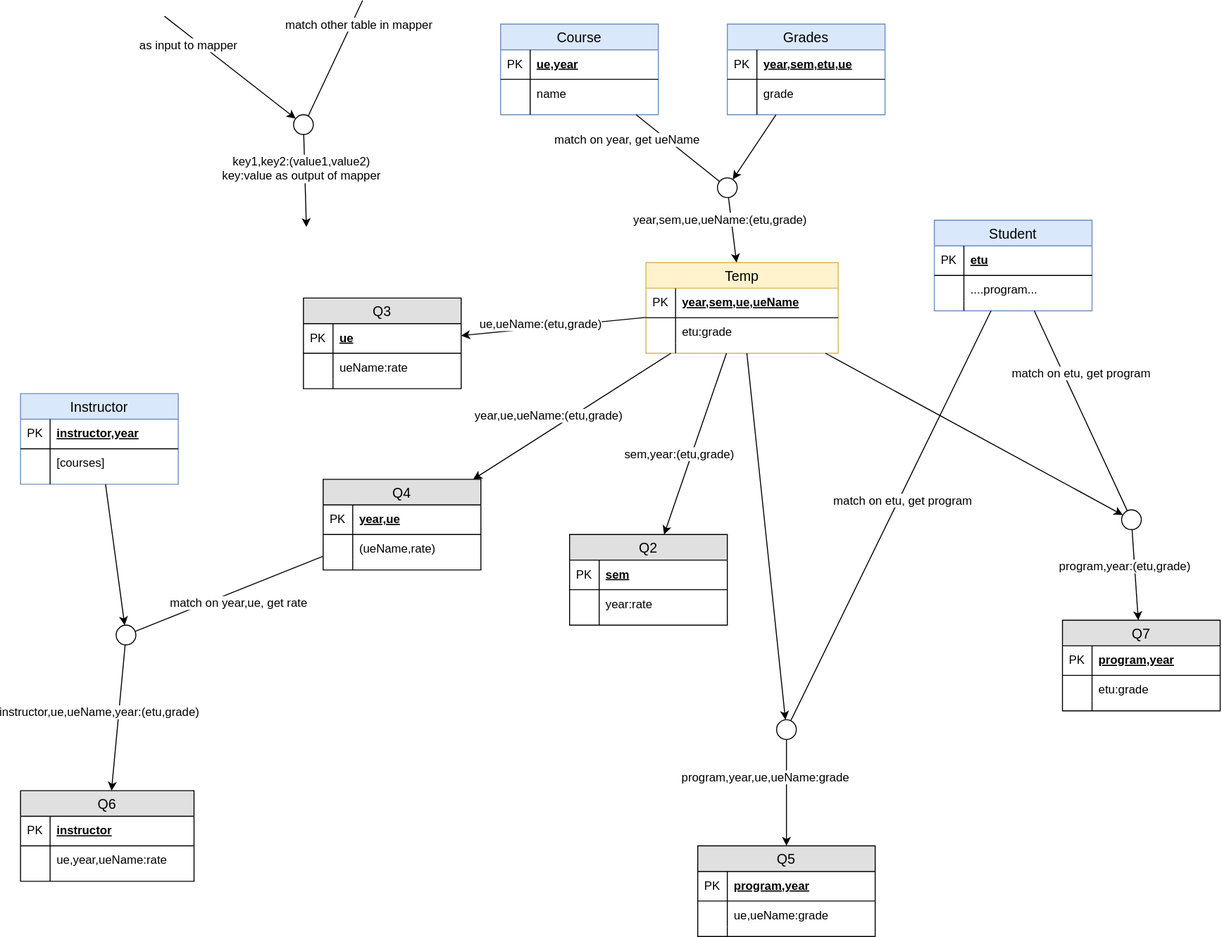
Earlier version of the draw.io export tables_diagram.svg (xairon/MapReduce_jobs). Source tidied: cells renumbered, new cells last; positions are measured from the earlier drawing's top-left corner, leaving out a move shared by most shapes.
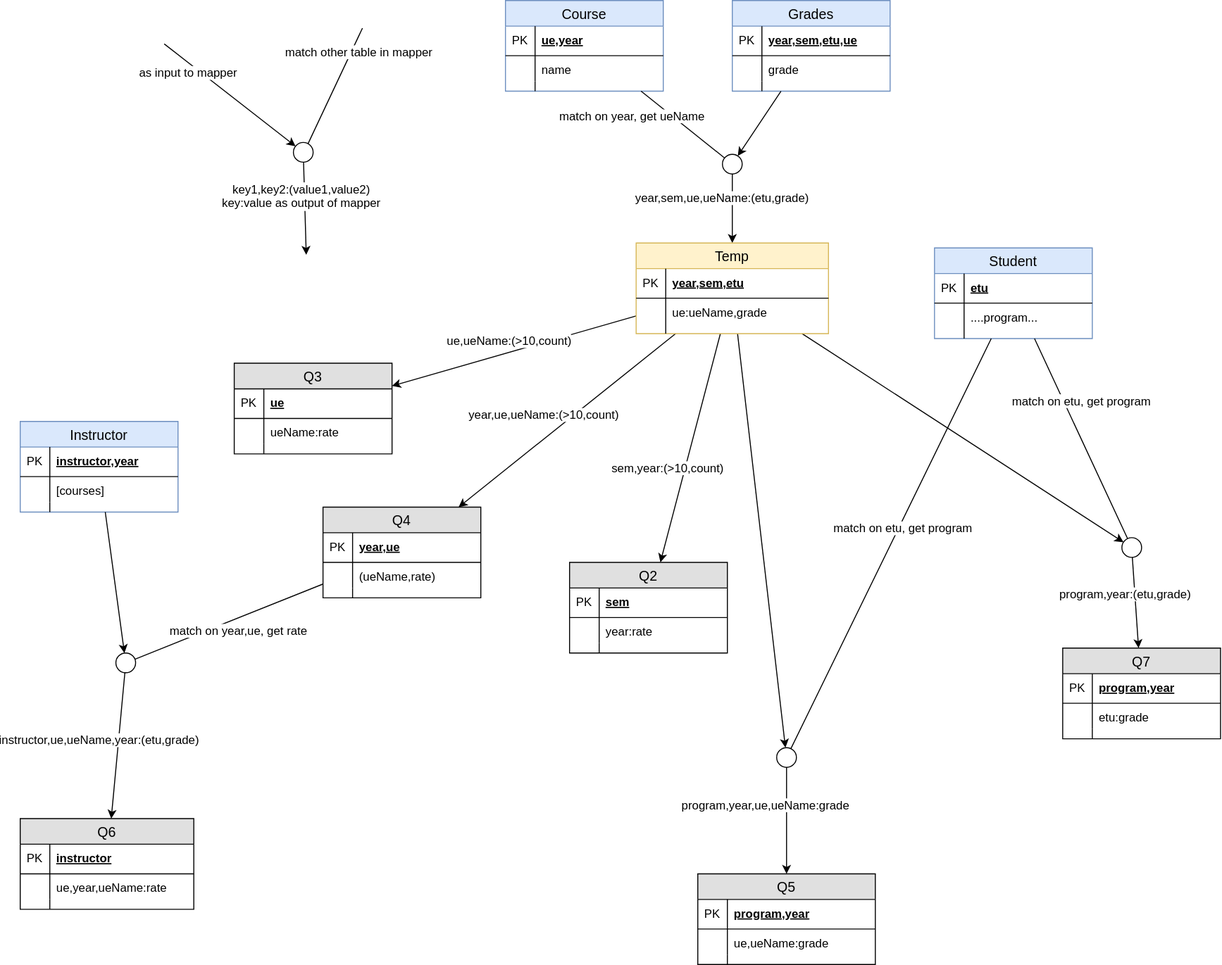
The same diagram one commit later.

The edit, as a diff of the source:
```diff
@@ -3,7 +3,7 @@
     <mxCell id="0" />
     <mxCell id="1" parent="0" />
     <mxCell id="2" value="Grades" style="swimlane;fontStyle=0;horizontal=1;startSize=26;fillColor=#dae8fc;swimlaneFillColor=#ffffff;align=center;fontSize=14;strokeColor=#6c8ebf;" parent="1" vertex="1">
-      <mxGeometry x="717" y="24" width="160" height="92" as="geometry" />
+      <mxGeometry x="722" y="-28" width="160" height="92" as="geometry" />
     </mxCell>
     <mxCell id="3" value="year,sem,etu,ue" style="shape=partialRectangle;top=0;left=0;right=0;bottom=1;align=left;verticalAlign=middle;fillColor=none;spacingLeft=34;spacingRight=4;overflow=hidden;fontStyle=5;fontSize=12;" parent="2" vertex="1">
       <mxGeometry y="26" width="160" height="30" as="geometry" />
@@ -23,27 +23,6 @@
     <mxCell id="8" style="shape=partialRectangle;top=0;left=0;bottom=0;fillColor=none;align=left;verticalAlign=top;spacingLeft=4;spacingRight=4;overflow=hidden;fontSize=12;" parent="7" vertex="1">
       <mxGeometry width="30" height="10" as="geometry" />
     </mxCell>
-    <mxCell id="9" value="Temp" style="swimlane;fontStyle=0;horizontal=1;startSize=26;fillColor=#fff2cc;swimlaneFillColor=#ffffff;align=center;fontSize=14;strokeColor=#d6b656;" parent="1" vertex="1">
-      <mxGeometry x="634.5" y="266" width="195" height="92" as="geometry" />
-    </mxCell>
-    <mxCell id="10" value="year,sem,ue,ueName" style="shape=partialRectangle;top=0;left=0;right=0;bottom=1;align=left;verticalAlign=middle;fillColor=none;spacingLeft=34;spacingRight=4;overflow=hidden;fontStyle=5;fontSize=12;" parent="9" vertex="1">
-      <mxGeometry y="26" width="195" height="30" as="geometry" />
-    </mxCell>
-    <mxCell id="11" value="PK" style="shape=partialRectangle;top=0;left=0;bottom=0;fillColor=none;align=left;verticalAlign=middle;spacingLeft=4;spacingRight=4;overflow=hidden;fontSize=12;" parent="10" vertex="1">
-      <mxGeometry width="30" height="30" as="geometry" />
-    </mxCell>
-    <mxCell id="12" value="etu:grade" style="shape=partialRectangle;top=0;left=0;right=0;bottom=0;align=left;verticalAlign=top;fillColor=none;spacingLeft=34;spacingRight=4;overflow=hidden;fontSize=12;" parent="9" vertex="1">
-      <mxGeometry y="56" width="195" height="26" as="geometry" />
-    </mxCell>
-    <mxCell id="13" style="shape=partialRectangle;top=0;left=0;bottom=0;fillColor=none;align=left;verticalAlign=top;spacingLeft=4;spacingRight=4;overflow=hidden;fontSize=12;" parent="12" vertex="1">
-      <mxGeometry width="30" height="26" as="geometry" />
-    </mxCell>
-    <mxCell id="14" style="shape=partialRectangle;top=0;left=0;right=0;bottom=0;align=left;verticalAlign=top;fillColor=none;spacingLeft=34;spacingRight=4;overflow=hidden;fontSize=12;" parent="9" vertex="1">
-      <mxGeometry y="82" width="195" height="10" as="geometry" />
-    </mxCell>
-    <mxCell id="15" style="shape=partialRectangle;top=0;left=0;bottom=0;fillColor=none;align=left;verticalAlign=top;spacingLeft=4;spacingRight=4;overflow=hidden;fontSize=12;" parent="14" vertex="1">
-      <mxGeometry width="30" height="10" as="geometry" />
-    </mxCell>
     <mxCell id="16" value="Q2" style="swimlane;fontStyle=0;horizontal=1;startSize=26;fillColor=#e0e0e0;swimlaneFillColor=#ffffff;align=center;fontSize=14;" parent="1" vertex="1">
       <mxGeometry x="557" y="542" width="160" height="92" as="geometry" />
     </mxCell>
@@ -66,7 +45,7 @@
       <mxGeometry width="30" height="10" as="geometry" />
     </mxCell>
     <mxCell id="23" value="Q3" style="swimlane;fontStyle=0;horizontal=1;startSize=26;fillColor=#e0e0e0;swimlaneFillColor=#ffffff;align=center;fontSize=14;" parent="1" vertex="1">
-      <mxGeometry x="287" y="302" width="160" height="92" as="geometry" />
+      <mxGeometry x="217" y="340" width="160" height="92" as="geometry" />
     </mxCell>
     <mxCell id="24" value="ue" style="shape=partialRectangle;top=0;left=0;right=0;bottom=1;align=left;verticalAlign=middle;fillColor=none;spacingLeft=34;spacingRight=4;overflow=hidden;fontStyle=5;fontSize=12;" parent="23" vertex="1">
       <mxGeometry y="26" width="160" height="30" as="geometry" />
@@ -192,7 +171,7 @@
       <mxGeometry width="30" height="10" as="geometry" />
     </mxCell>
     <mxCell id="65" value="Course" style="swimlane;fontStyle=0;horizontal=1;startSize=26;fillColor=#dae8fc;swimlaneFillColor=#ffffff;align=center;fontSize=14;strokeColor=#6c8ebf;" parent="1" vertex="1">
-      <mxGeometry x="487" y="24" width="160" height="92" as="geometry" />
+      <mxGeometry x="492" y="-28" width="160" height="92" as="geometry" />
     </mxCell>
     <mxCell id="66" value="ue,year" style="shape=partialRectangle;top=0;left=0;right=0;bottom=1;align=left;verticalAlign=middle;fillColor=none;spacingLeft=34;spacingRight=4;overflow=hidden;fontStyle=5;fontSize=12;" parent="65" vertex="1">
       <mxGeometry y="26" width="160" height="30" as="geometry" />
@@ -236,15 +215,15 @@
     <mxCell id="79" style="endArrow=classic;html=1;" parent="1" edge="1" source="9" target="16">
       <mxGeometry relative="1" as="geometry" />
     </mxCell>
-    <mxCell id="80" value="sem,year:(etu,grade)" style="text;html=1;align=center;verticalAlign=middle;labelBackgroundColor=#ffffff;" parent="79" vertex="1">
+    <mxCell id="80" value="sem,year:(&amp;gt;10,count)" style="text;html=1;align=center;verticalAlign=middle;labelBackgroundColor=#ffffff;" parent="79" vertex="1">
       <mxGeometry x="-0.27" y="2" relative="1" as="geometry">
-        <mxPoint x="-18" y="34" as="offset" />
+        <mxPoint x="-23" y="50.5" as="offset" />
       </mxGeometry>
     </mxCell>
     <mxCell id="81" style="endArrow=classic;html=1;" parent="1" edge="1" source="9" target="23">
       <mxGeometry relative="1" as="geometry" />
     </mxCell>
-    <mxCell id="82" value="ue,ueName:(etu,grade)" style="text;html=1;align=center;verticalAlign=middle;labelBackgroundColor=#ffffff;" parent="81" vertex="1">
+    <mxCell id="82" value="ue,ueName:(&amp;gt;10,count)" style="text;html=1;align=center;verticalAlign=middle;labelBackgroundColor=#ffffff;" parent="81" vertex="1">
       <mxGeometry x="-0.31" y="2" relative="1" as="geometry">
         <mxPoint x="-33" y="-2" as="offset" />
       </mxGeometry>
@@ -253,7 +232,7 @@
       <mxGeometry relative="1" as="geometry" />
     </mxCell>
     <mxCell id="84" style="ellipse;whiteSpace=wrap;html=1;" parent="1" vertex="1">
-      <mxGeometry x="707" y="180" width="20" height="20" as="geometry" />
+      <mxGeometry x="712" y="128" width="20" height="20" as="geometry" />
     </mxCell>
     <mxCell id="85" style="endArrow=none;html=1;endFill=0;" parent="1" edge="1" source="65" target="84">
       <mxGeometry relative="1" as="geometry" />
@@ -274,7 +253,7 @@
     <mxCell id="89" style="endArrow=classic;html=1;" parent="1" edge="1" source="9" target="51">
       <mxGeometry relative="1" as="geometry" />
     </mxCell>
-    <mxCell id="90" value="year,ue,ueName:(etu,grade)" style="text;html=1;align=center;verticalAlign=middle;labelBackgroundColor=#ffffff;" parent="89" vertex="1">
+    <mxCell id="90" value="year,ue,ueName:(&amp;gt;10,count)" style="text;html=1;align=center;verticalAlign=middle;labelBackgroundColor=#ffffff;" parent="89" vertex="1">
       <mxGeometry x="-0.2" y="-3" relative="1" as="geometry">
         <mxPoint x="-31" y="13.5" as="offset" />
       </mxGeometry>
@@ -374,5 +353,26 @@
         <mxPoint x="8.5" y="18" as="offset" />
       </mxGeometry>
     </mxCell>
+    <mxCell id="9" value="Temp" style="swimlane;fontStyle=0;horizontal=1;startSize=26;fillColor=#fff2cc;swimlaneFillColor=#ffffff;align=center;fontSize=14;strokeColor=#d6b656;" parent="1" vertex="1">
+      <mxGeometry x="624.5" y="218" width="195" height="92" as="geometry" />
+    </mxCell>
+    <mxCell id="116" value="year,sem,etu" style="shape=partialRectangle;top=0;left=0;right=0;bottom=1;align=left;verticalAlign=middle;fillColor=none;spacingLeft=34;spacingRight=4;overflow=hidden;fontStyle=5;fontSize=12;" parent="9" vertex="1">
+      <mxGeometry y="26" width="195" height="30" as="geometry" />
+    </mxCell>
+    <mxCell id="11" value="PK" style="shape=partialRectangle;top=0;left=0;bottom=0;fillColor=none;align=left;verticalAlign=middle;spacingLeft=4;spacingRight=4;overflow=hidden;fontSize=12;" parent="116" vertex="1">
+      <mxGeometry width="30" height="30" as="geometry" />
+    </mxCell>
+    <mxCell id="117" value="ue:ueName,grade" style="shape=partialRectangle;top=0;left=0;right=0;bottom=0;align=left;verticalAlign=top;fillColor=none;spacingLeft=34;spacingRight=4;overflow=hidden;fontSize=12;" parent="9" vertex="1">
+      <mxGeometry y="56" width="195" height="26" as="geometry" />
+    </mxCell>
+    <mxCell id="13" style="shape=partialRectangle;top=0;left=0;bottom=0;fillColor=none;align=left;verticalAlign=top;spacingLeft=4;spacingRight=4;overflow=hidden;fontSize=12;" parent="117" vertex="1">
+      <mxGeometry width="30" height="26" as="geometry" />
+    </mxCell>
+    <mxCell id="14" style="shape=partialRectangle;top=0;left=0;right=0;bottom=0;align=left;verticalAlign=top;fillColor=none;spacingLeft=34;spacingRight=4;overflow=hidden;fontSize=12;" parent="9" vertex="1">
+      <mxGeometry y="82" width="195" height="10" as="geometry" />
+    </mxCell>
+    <mxCell id="15" style="shape=partialRectangle;top=0;left=0;bottom=0;fillColor=none;align=left;verticalAlign=top;spacingLeft=4;spacingRight=4;overflow=hidden;fontSize=12;" parent="14" vertex="1">
+      <mxGeometry width="30" height="10" as="geometry" />
+    </mxCell>
   </root>
 </mxGraphModel>
```
